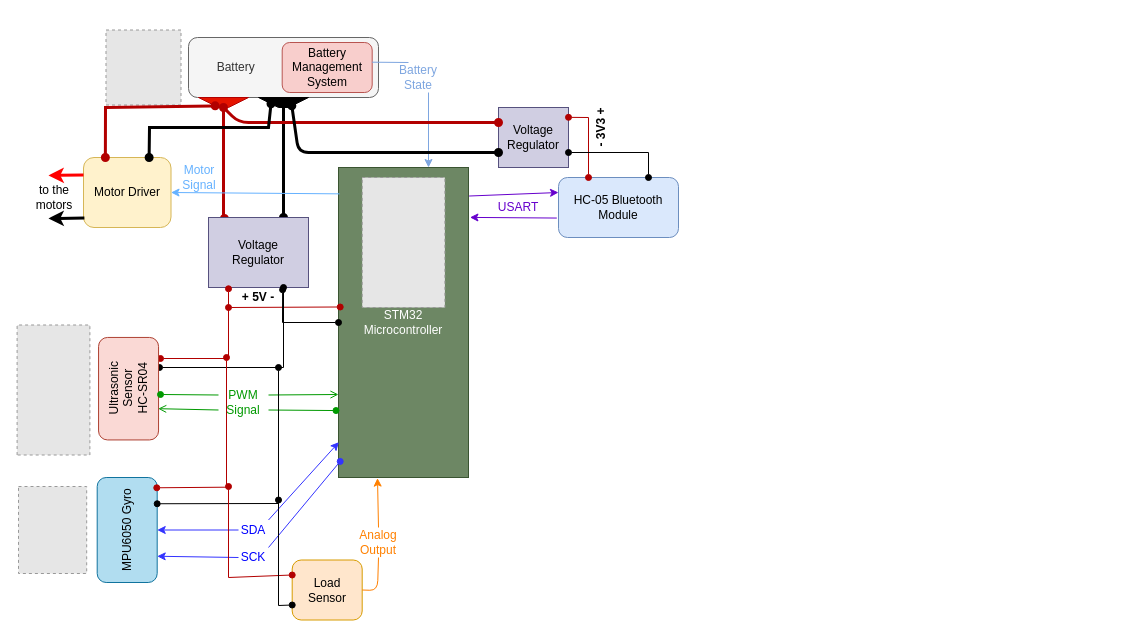
The draw.io diagram Bitirme 1 - Schematics/bitirme1-elektronik-sematik.drawio in anilberg/My-Diagrams, before the edit. Source tidied: cells renumbered, new cells numbered last; positions are measured from the earlier drawing's top-left corner, leaving out a move shared by most shapes. Both pictures are drawn from the tidied source at 100%, with x=0, y=0 at pixel (-12, 29). Pictures stored in the file or linked from it are replaced by grey dashed boxes.
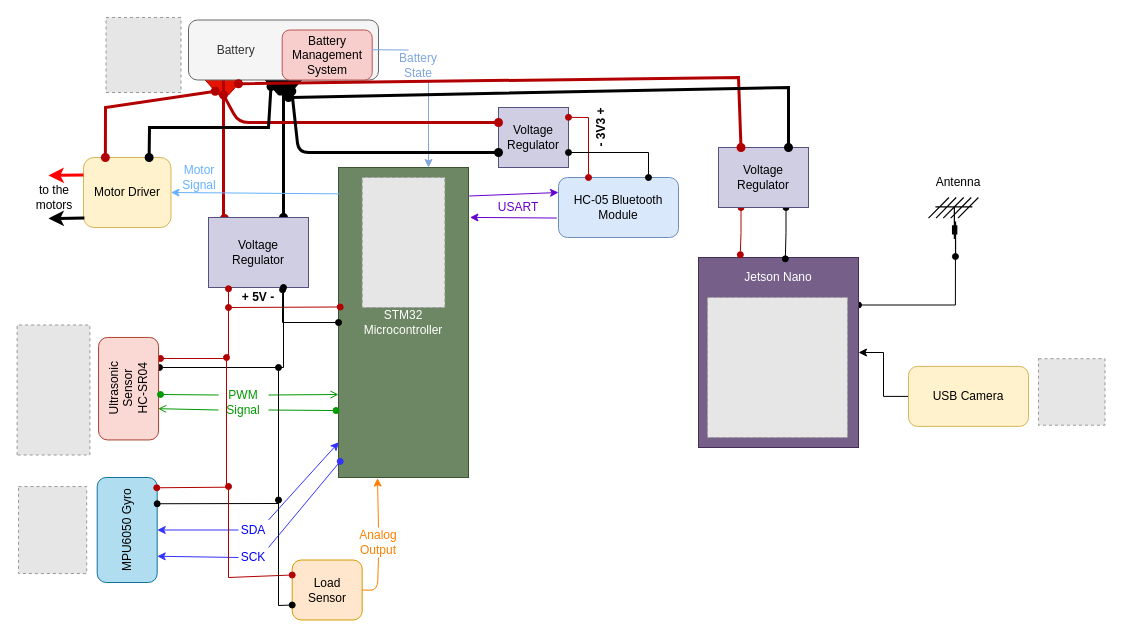
Above is the later version.

The edit, as a diff of the source:
```diff
@@
+    <mxCell id="9" style="shape=trapezoid;perimeter=trapezoidPerimeter;whiteSpace=wrap;html=1;fixedSize=1;rotation=-180;fontColor=#ffffff;fillColor=#000000;" parent="1" vertex="1">
+      <mxGeometry x="270" y="43" width="50" height="22.5" as="geometry" />
+    </mxCell>
+    <mxCell id="8" style="shape=trapezoid;perimeter=trapezoidPerimeter;whiteSpace=wrap;html=1;fixedSize=1;rotation=-180;fillColor=#e51400;strokeColor=#B20000;fontColor=#ffffff;" parent="1" vertex="1">
+      <mxGeometry x="210" y="43" width="50" height="22.5" as="geometry" />
+    </mxCell>
+    <mxCell id="61" style="edgeStyle=orthogonalEdgeStyle;rounded=0;jettySize=auto;html=1;exitX=1;exitY=0.25;exitDx=0;exitDy=0;entryX=0.54;entryY=1;entryDx=0;entryDy=0;entryPerimeter=0;fontColor=#000000;startArrow=oval;startFill=1;endArrow=oval;endFill=1;strokeColor=#000000;" parent="1" edge="1" source="62" target="68">
+      <mxGeometry relative="1" as="geometry" />
+    </mxCell>
+    <mxCell id="62" style="rounded=0;whiteSpace=wrap;html=1;strokeColor=#432D57;fillColor=#76608a;fontColor=#ffffff;" parent="1" vertex="1">
+      <mxGeometry x="710" y="228" width="160" height="190" as="geometry" />
+    </mxCell>
@@
     <mxCell id="3" style="fillColor=#E6E6E6;strokeColor=#999999;dashed=1;verticalLabelPosition=bottom;labelBackgroundColor=#ffffff;verticalAlign=top;" parent="1" vertex="1">
-      <mxGeometry x="117.5" y="0.5" width="75" height="75" as="geometry" />
+      <mxGeometry x="117.5" y="-12" width="75" height="75" as="geometry" />
     </mxCell>
@@
     <mxCell id="7" value="&amp;nbsp; &amp;nbsp; &amp;nbsp; &amp;nbsp; Battery" style="rounded=1;whiteSpace=wrap;html=1;fillColor=#f5f5f5;strokeColor=#666666;fontColor=#333333;align=left;" parent="1" vertex="1">
-      <mxGeometry x="200" y="8" width="190" height="60" as="geometry" />
+      <mxGeometry x="200" y="-9.5" width="190" height="60" as="geometry" />
     </mxCell>
-    <mxCell id="8" style="shape=trapezoid;perimeter=trapezoidPerimeter;whiteSpace=wrap;html=1;fixedSize=1;rotation=-180;fillColor=#e51400;strokeColor=#B20000;fontColor=#ffffff;" parent="1" vertex="1">
-      <mxGeometry x="210" y="68" width="50" height="10" as="geometry" />
-    </mxCell>
-    <mxCell id="9" style="shape=trapezoid;perimeter=trapezoidPerimeter;whiteSpace=wrap;html=1;fixedSize=1;rotation=-180;fontColor=#ffffff;fillColor=#000000;" parent="1" vertex="1">
-      <mxGeometry x="270" y="68" width="50" height="10" as="geometry" />
-    </mxCell>
@@
     <mxCell id="39" value="Battery Management System" style="rounded=1;whiteSpace=wrap;html=1;strokeColor=#b85450;fillColor=#f8cecc;" parent="1" vertex="1">
-      <mxGeometry x="293.7" y="13" width="90" height="50" as="geometry" />
+      <mxGeometry x="293.7" y="0.5" width="90" height="50" as="geometry" />
     </mxCell>
@@
     <mxCell id="41" value="&lt;font color=&quot;#7ea6e0&quot;&gt;Battery State&lt;/font&gt;" style="text;html=1;strokeColor=none;fillColor=none;align=center;verticalAlign=middle;whiteSpace=wrap;rounded=0;" parent="1" vertex="1">
-      <mxGeometry x="410" y="33" width="40" height="30" as="geometry" />
+      <mxGeometry x="410" y="20.5" width="40" height="30" as="geometry" />
     </mxCell>
@@
+    <mxCell id="63" style="fillColor=#E6E6E6;strokeColor=#999999;dashed=1;verticalLabelPosition=bottom;labelBackgroundColor=#ffffff;verticalAlign=top;fontFamily=Helvetica;" parent="1" vertex="1">
+      <mxGeometry x="719" y="268" width="140" height="140" as="geometry" />
+    </mxCell>
+    <mxCell id="64" style="fillColor=#E6E6E6;strokeColor=#999999;dashed=1;verticalLabelPosition=bottom;labelBackgroundColor=#ffffff;verticalAlign=top;fontFamily=Helvetica;" parent="1" vertex="1">
+      <mxGeometry x="1050" y="329.2" width="66.5" height="66.5" as="geometry" />
+    </mxCell>
+    <mxCell id="65" value="&lt;font color=&quot;#ffffff&quot;&gt;Jetson Nano&lt;/font&gt;" style="text;html=1;strokeColor=none;fillColor=none;align=center;verticalAlign=middle;whiteSpace=wrap;rounded=0;" parent="1" vertex="1">
+      <mxGeometry x="735" y="228" width="110" height="40" as="geometry" />
+    </mxCell>
+    <mxCell id="66" style="edgeStyle=orthogonalEdgeStyle;rounded=0;jettySize=auto;html=1;exitX=0;exitY=0.5;exitDx=0;exitDy=0;entryX=1;entryY=0.5;entryDx=0;entryDy=0;fontColor=#000000;" parent="1" edge="1" source="67" target="62">
+      <mxGeometry relative="1" as="geometry" />
+    </mxCell>
+    <mxCell id="67" value="USB Camera" style="rounded=1;whiteSpace=wrap;html=1;strokeColor=#d6b656;fillColor=#fff2cc;" parent="1" vertex="1">
+      <mxGeometry x="920" y="336.9" width="120" height="60" as="geometry" />
+    </mxCell>
+    <mxCell id="68" style="shape=mxgraph.cisco.wireless.antenna;html=1;dashed=0;fillColor=#036897;strokeColor=#ffffff;strokeWidth=2;verticalLabelPosition=bottom;verticalAlign=top;align=center;outlineConnect=0;fontColor=#000000;" parent="1" vertex="1">
+      <mxGeometry x="940" y="168" width="49.9" height="59" as="geometry" />
+    </mxCell>
+    <mxCell id="69" style="edgeStyle=orthogonalEdgeStyle;rounded=0;jettySize=auto;html=1;exitX=0.25;exitY=1;exitDx=0;exitDy=0;entryX=0.153;entryY=-0.071;entryDx=0;entryDy=0;entryPerimeter=0;fontColor=#000000;startArrow=oval;startFill=1;endArrow=oval;endFill=1;strokeColor=#B20000;" parent="1" edge="1" source="71" target="65">
+      <mxGeometry relative="1" as="geometry" />
+    </mxCell>
+    <mxCell id="70" style="edgeStyle=orthogonalEdgeStyle;rounded=0;jettySize=auto;html=1;exitX=0.75;exitY=1;exitDx=0;exitDy=0;entryX=0.562;entryY=0.033;entryDx=0;entryDy=0;entryPerimeter=0;fontColor=#000000;startArrow=oval;startFill=1;endArrow=oval;endFill=1;strokeColor=#000000;" parent="1" edge="1" source="71" target="65">
+      <mxGeometry relative="1" as="geometry" />
+    </mxCell>
+    <mxCell id="71" value="Voltage&lt;br&gt;Regulator" style="rounded=0;whiteSpace=wrap;html=1;fillColor=#d0cee2;strokeColor=#56517e;" parent="1" vertex="1">
+      <mxGeometry x="730" y="118" width="90" height="60" as="geometry" />
+    </mxCell>
+    <mxCell id="72" style="endArrow=oval;html=1;fillColor=#e51400;strokeColor=#B20000;strokeWidth=3;startArrow=oval;startFill=1;endFill=1;exitX=0.25;exitY=0;exitDx=0;exitDy=0;rounded=0;entryX=0;entryY=0.5;entryDx=0;entryDy=0;" parent="1" edge="1" source="71" target="8">
+      <mxGeometry relative="1" as="geometry">
+        <Array as="points">
+          <mxPoint x="750" y="48" />
+        </Array>
+      </mxGeometry>
+    </mxCell>
+    <mxCell id="73" style="endArrow=oval;html=1;fillColor=#e51400;strokeWidth=3;startArrow=oval;startFill=1;endFill=1;entryX=0.75;entryY=0;entryDx=0;entryDy=0;rounded=0;" parent="1" edge="1">
+      <mxGeometry relative="1" as="geometry">
+        <mxPoint x="300" y="68" as="sourcePoint" />
+        <mxPoint x="800" y="118" as="targetPoint" />
+        <Array as="points">
+          <mxPoint x="800" y="58" />
+        </Array>
+      </mxGeometry>
+    </mxCell>
+    <mxCell id="74" value="Antenna" style="text;html=1;strokeColor=none;fillColor=none;align=center;verticalAlign=middle;whiteSpace=wrap;rounded=0;fontColor=#000000;" parent="1" vertex="1">
+      <mxGeometry x="940" y="138" width="60" height="30" as="geometry" />
+    </mxCell>
```
